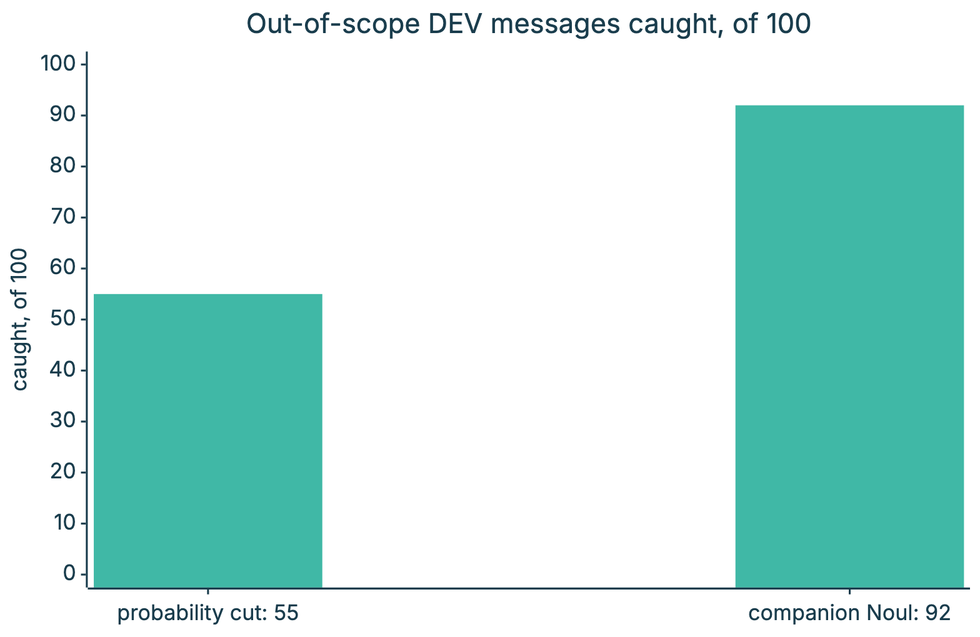
Before: course/diagrams/module_03/p2-demo-results.png, a diagram exported from Mermaid (axel-sirota/getting_started_jev). Its source is kept beside it as course/diagrams/module_03/p2-demo-results.mmd.
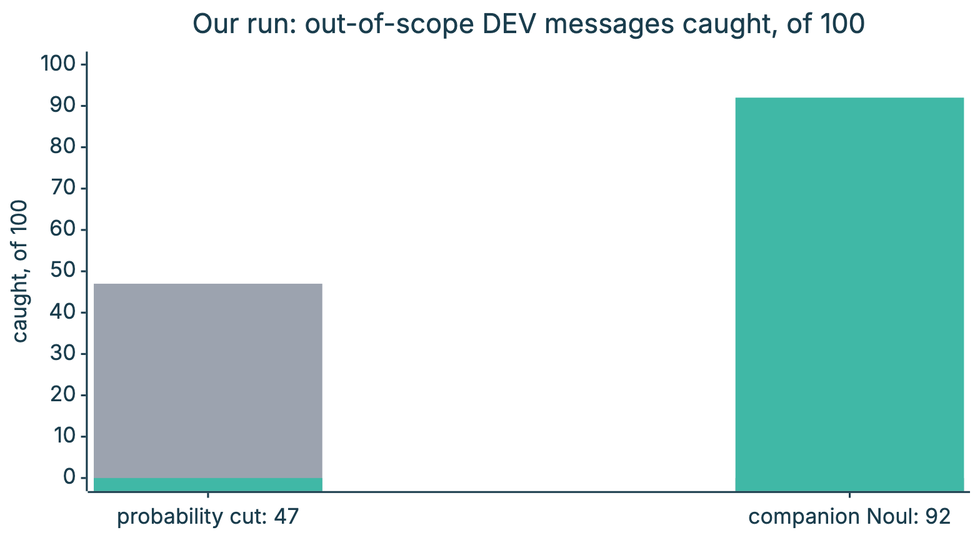
After the commit.

Diff of the diagram source:
```diff
@@ -1,6 +1,8 @@
 %%{init: {"theme": "base", "themeVariables": {"fontFamily": "Inter, sans-serif", "primaryColor": "#ECF8F6", "primaryBorderColor": "#40B8A6", "primaryTextColor": "#111827", "lineColor": "#1A3D4D", "secondaryColor": "#F9FAFB", "tertiaryColor": "#FFFFFF", "clusterBkg": "#F9FAFB", "clusterBorder": "#D1D5DB", "actorBkg": "#ECF8F6", "actorBorder": "#40B8A6", "noteBkgColor": "#FFF6DA", "noteBorderColor": "#E0B84C"}}}%%
+%%{init: {"themeVariables": {"xyChart": {"plotColorPalette": "#9CA3AF, #40B8A6"}}, "xyChart": {"width": 1000, "height": 550}}}%%
 xychart-beta
-  title "Out-of-scope DEV messages caught, of 100"
-  x-axis ["probability cut: 55", "companion Noul: 92"]
+  title "Our run: out-of-scope DEV messages caught, of 100"
+  x-axis ["probability cut: 47", "companion Noul: 92"]
   y-axis "caught, of 100" 0 --> 100
-  bar [55, 92]
+  bar [47, 0]
+  bar [0, 92]
```
